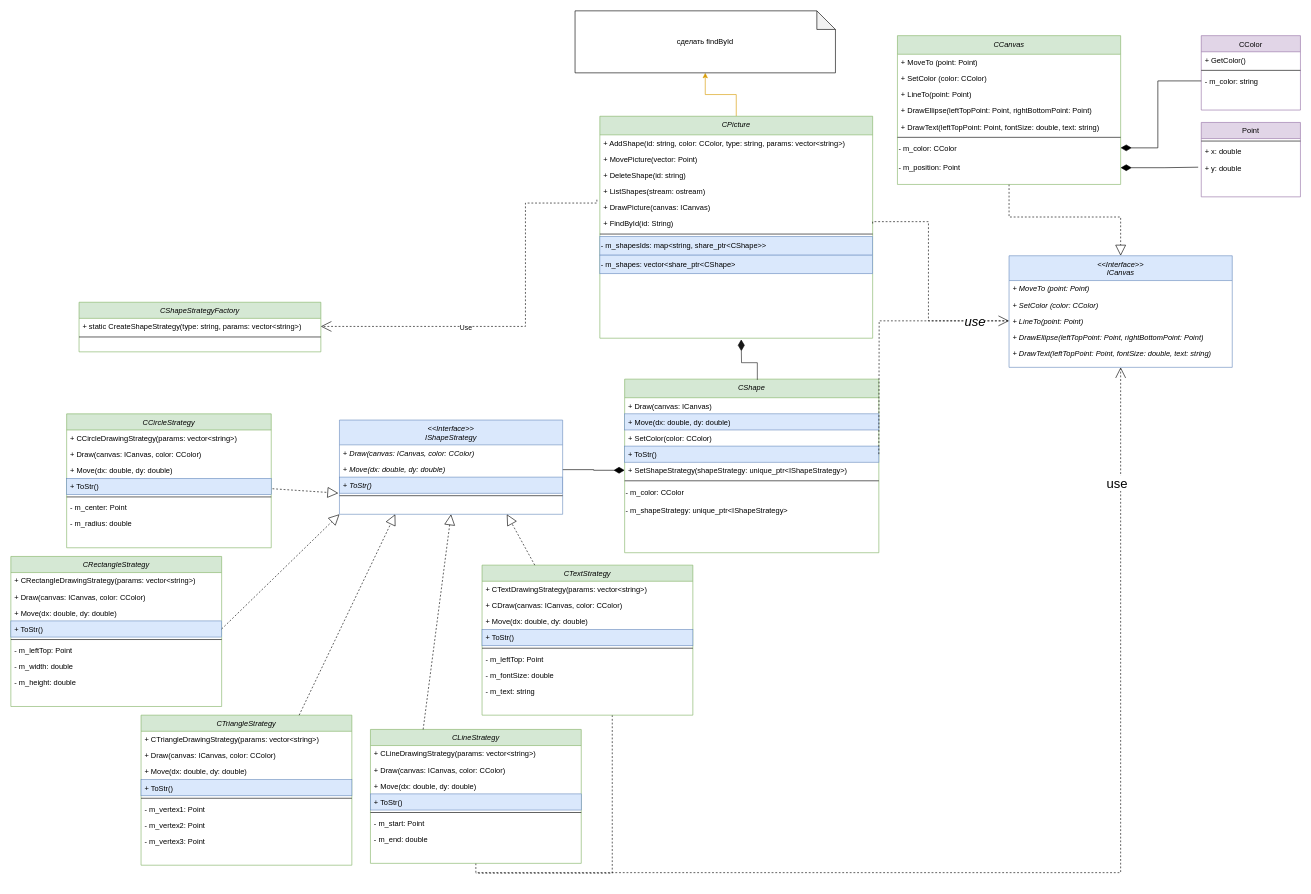
This is lab1/Shapes/classes.drawio from SafarovT/ood-labs, a draw.io file, before an edit. Source tidied: cells renumbered, new cells numbered last; positions are measured from the earlier drawing's top-left corner, leaving out a move shared by most shapes. Both pictures are drawn from the tidied source at 62%, with x=0, y=0 at pixel (11, 11).
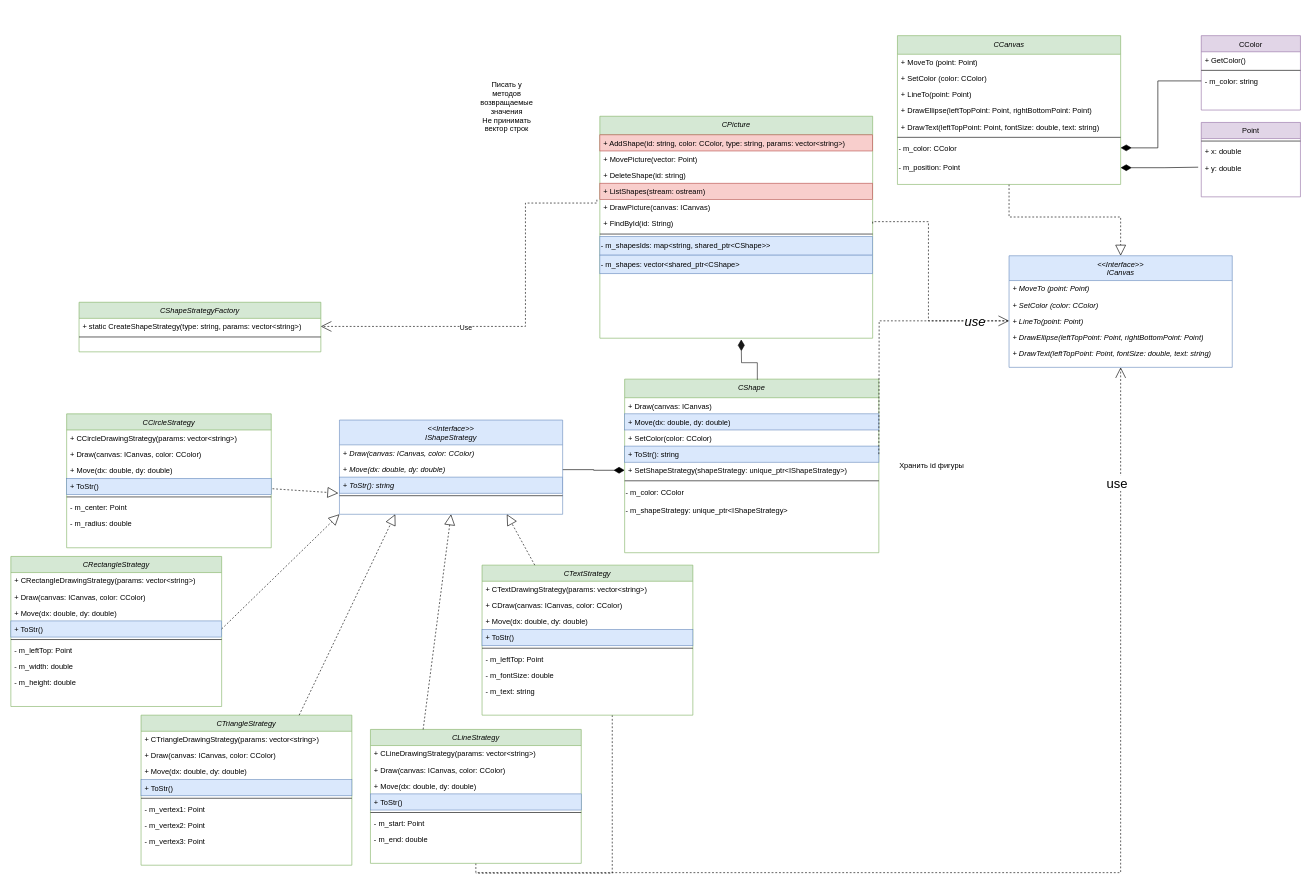
The same diagram, later.

Unchanged cells that the change refers to:
```xml
<mxCell id="29" value="CPicture" style="swimlane;fontStyle=2;align=center;verticalAlign=top;horizontal=1;startSize=30;rounded=0;shadow=0;strokeWidth=1;fillColor=#d5e8d4;strokeColor=#82b366;" parent="1" vertex="1">
  <mxGeometry x="950" y="170" width="440" height="358" as="geometry" />
</mxCell>
<mxCell id="40" value="CShape" style="swimlane;fontStyle=2;align=center;verticalAlign=top;horizontal=1;startSize=30;rounded=0;shadow=0;strokeWidth=1;fillColor=#d5e8d4;strokeColor=#82b366;" parent="1" vertex="1">
  <mxGeometry x="990" y="594" width="410" height="280" as="geometry" />
</mxCell>
<mxCell id="51" value="&lt;&lt;Interface&gt;&gt;&#10;IShapeStrategy" style="swimlane;fontStyle=2;align=center;verticalAlign=top;horizontal=1;startSize=40;rounded=0;shadow=0;strokeWidth=1;fillColor=#dae8fc;strokeColor=#6c8ebf;" parent="1" vertex="1">
  <mxGeometry x="530" y="660" width="360" height="152" as="geometry" />
</mxCell>
```

Diff of the diagram source:
```diff
@@
-    <mxCell id="28" style="edgeStyle=orthogonalEdgeStyle;rounded=0;jettySize=auto;html=1;fillColor=#ffe6cc;strokeColor=#d79b00;" parent="1" edge="1" source="29" target="114">
-      <mxGeometry relative="1" as="geometry" />
-    </mxCell>
@@
-    <mxCell id="30" value="+ AddShape(id: string, color: CColor, type: string, params: vector&lt;string&gt;)" style="text;align=left;verticalAlign=top;spacingLeft=4;spacingRight=4;overflow=hidden;" parent="29" vertex="1">
+    <mxCell id="30" value="+ AddShape(id: string, color: CColor, type: string, params: vector&lt;string&gt;)" style="text;align=left;verticalAlign=top;spacingLeft=4;spacingRight=4;overflow=hidden;fillColor=#f8cecc;strokeColor=#b85450;" parent="29" vertex="1">
       <mxGeometry y="30" width="440" height="26" as="geometry" />
     </mxCell>
@@
-    <mxCell id="33" value="+ ListShapes(stream: ostream)" style="text;align=left;verticalAlign=top;spacingLeft=4;spacingRight=4;overflow=hidden;" parent="29" vertex="1">
+    <mxCell id="33" value="+ ListShapes(stream: ostream)" style="text;align=left;verticalAlign=top;spacingLeft=4;spacingRight=4;overflow=hidden;fillColor=#f8cecc;strokeColor=#b85450;" parent="29" vertex="1">
       <mxGeometry y="108" width="440" height="26" as="geometry" />
     </mxCell>
@@
-    <mxCell id="38" value="- m_shapesIds: map&amp;lt;string, share_ptr&amp;lt;CShape&amp;gt;&amp;gt;" style="text;html=1;align=left;verticalAlign=middle;strokeColor=#6c8ebf;fillColor=#dae8fc;" parent="29" vertex="1">
+    <mxCell id="38" value="- m_shapesIds: map&amp;lt;string, shared_ptr&amp;lt;CShape&amp;gt;&amp;gt;" style="text;html=1;align=left;verticalAlign=middle;strokeColor=#6c8ebf;fillColor=#dae8fc;" parent="29" vertex="1">
       <mxGeometry y="194" width="440" height="30" as="geometry" />
     </mxCell>
-    <mxCell id="39" value="- m_shapes: vector&amp;lt;share_ptr&amp;lt;CShape&amp;gt;" style="text;html=1;align=left;verticalAlign=middle;strokeColor=#6c8ebf;fillColor=#dae8fc;" parent="29" vertex="1">
+    <mxCell id="39" value="- m_shapes: vector&amp;lt;shared_ptr&amp;lt;CShape&amp;gt;" style="text;html=1;align=left;verticalAlign=middle;strokeColor=#6c8ebf;fillColor=#dae8fc;" parent="29" vertex="1">
       <mxGeometry y="224" width="440" height="30" as="geometry" />
     </mxCell>
@@
-    <mxCell id="44" value="+ ToStr()" style="text;align=left;verticalAlign=top;spacingLeft=4;spacingRight=4;overflow=hidden;rounded=0;shadow=0;html=0;fillColor=#dae8fc;strokeColor=#6c8ebf;" parent="40" vertex="1">
+    <mxCell id="44" value="+ ToStr(): string" style="text;align=left;verticalAlign=top;spacingLeft=4;spacingRight=4;overflow=hidden;rounded=0;shadow=0;html=0;fillColor=#dae8fc;strokeColor=#6c8ebf;" parent="40" vertex="1">
       <mxGeometry y="108" width="410" height="26" as="geometry" />
     </mxCell>
@@
-    <mxCell id="54" value="+ ToStr()" style="text;align=left;verticalAlign=top;spacingLeft=4;spacingRight=4;overflow=hidden;fillColor=#dae8fc;strokeColor=#6c8ebf;fontStyle=2;" parent="51" vertex="1">
+    <mxCell id="54" value="+ ToStr(): string" style="text;align=left;verticalAlign=top;spacingLeft=4;spacingRight=4;overflow=hidden;fillColor=#dae8fc;strokeColor=#6c8ebf;fontStyle=2;" parent="51" vertex="1">
       <mxGeometry y="92" width="360" height="26" as="geometry" />
     </mxCell>
@@
-    <mxCell id="114" value="сделать findById" style="shape=note;whiteSpace=wrap;html=1;backgroundOutline=1;darkOpacity=0.05;" parent="1" vertex="1">
-      <mxGeometry x="910" width="420" height="100" as="geometry" />
-    </mxCell>
+    <mxCell id="115" value="Писать у методов возвращаемые значения&lt;br&gt;Не принимать вектор строк" style="text;html=1;strokeColor=none;fillColor=none;align=center;verticalAlign=middle;whiteSpace=wrap;rounded=0;" parent="1" vertex="1">
+      <mxGeometry x="770" y="140" width="60" height="30" as="geometry" />
+    </mxCell>
+    <mxCell id="116" value="Хранить id фигуры" style="text;html=1;align=center;verticalAlign=middle;strokeColor=none;fillColor=none;" parent="1" vertex="1">
+      <mxGeometry x="1420" y="719" width="130" height="30" as="geometry" />
+    </mxCell>
```
